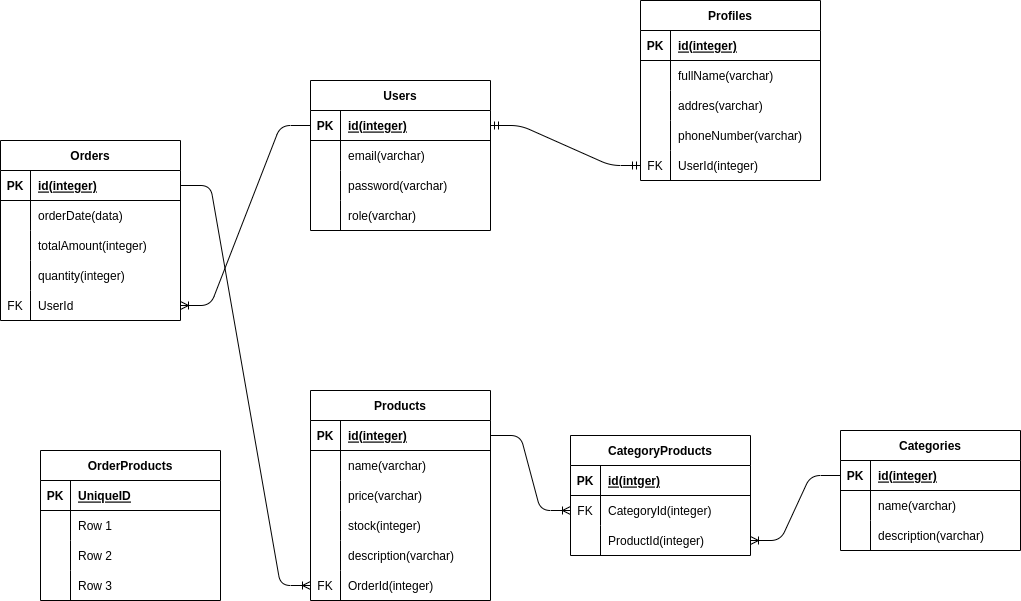
The draw.io diagram schema.drawio.png in DimasAditya2/project-1, before a commit. Source tidied: cells renumbered, new cells last; positions are measured from the earlier drawing's top-left corner, leaving out a move shared by most shapes.
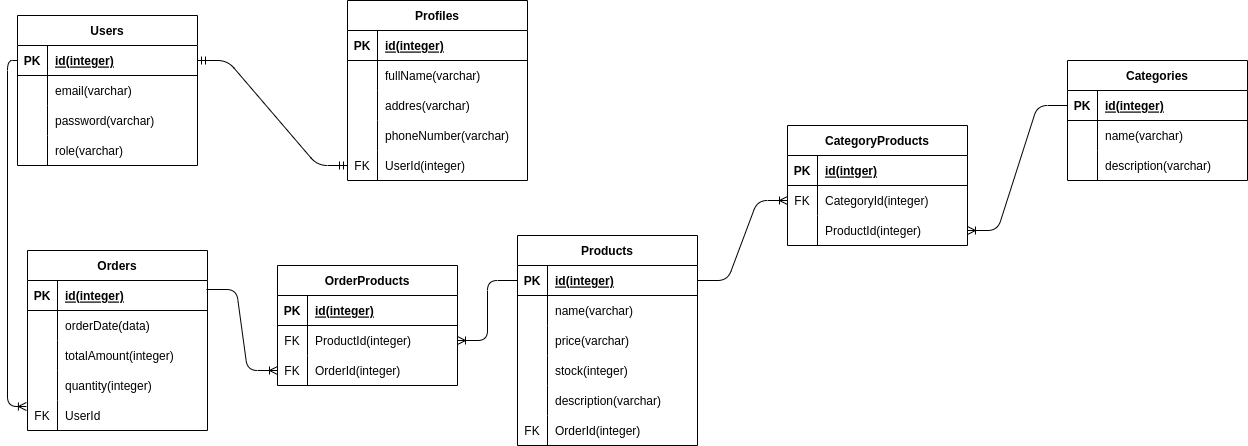
The same diagram one commit later.

Change to the diagram source:
```diff
@@ -3,7 +3,7 @@
     <mxCell id="0" />
     <mxCell id="1" parent="0" />
     <mxCell id="2" value="Users" style="shape=table;startSize=30;rowLines=0;fontStyle=1;align=center;" parent="1" vertex="1">
-      <mxGeometry x="310" y="80" width="180" height="150" as="geometry" />
+      <mxGeometry x="-110" y="-80" width="180" height="150" as="geometry" />
     </mxCell>
     <mxCell id="3" style="shape=tableRow;horizontal=0;startSize=0;swimlaneHead=0;swimlaneBody=0;fillColor=none;points=[[0,0.5],[1,0.5]];portConstraint=eastwest;top=0;left=0;right=0;bottom=1;" parent="2" vertex="1">
       <mxGeometry y="30" width="180" height="30" as="geometry" />
@@ -42,7 +42,7 @@
       <mxGeometry x="30" width="150" height="30" as="geometry" />
     </mxCell>
     <mxCell id="15" value="Profiles" style="shape=table;startSize=30;rowLines=0;fontStyle=1;align=center;" parent="1" vertex="1">
-      <mxGeometry x="640" width="180" height="180" as="geometry" />
+      <mxGeometry x="220" y="-95" width="180" height="180" as="geometry" />
     </mxCell>
     <mxCell id="16" style="shape=tableRow;horizontal=0;startSize=0;swimlaneHead=0;swimlaneBody=0;fillColor=none;top=0;left=0;right=0;bottom=1;" parent="15" vertex="1">
       <mxGeometry y="30" width="180" height="30" as="geometry" />
@@ -93,7 +93,7 @@
       <mxGeometry relative="1" as="geometry" />
     </mxCell>
     <mxCell id="32" value="Products" style="shape=table;startSize=30;rowLines=0;fontStyle=1;align=center;" parent="1" vertex="1">
-      <mxGeometry x="310" y="390" width="180" height="210" as="geometry" />
+      <mxGeometry x="390" y="140" width="180" height="210" as="geometry" />
     </mxCell>
     <mxCell id="33" style="shape=tableRow;horizontal=0;startSize=0;swimlaneHead=0;swimlaneBody=0;fillColor=none;points=[[0,0.5],[1,0.5]];portConstraint=eastwest;top=0;left=0;right=0;bottom=1;" parent="32" vertex="1">
       <mxGeometry y="30" width="180" height="30" as="geometry" />
@@ -150,7 +150,7 @@
       <mxGeometry x="30" width="150" height="30" as="geometry" />
     </mxCell>
     <mxCell id="51" value="Categories" style="shape=table;startSize=30;rowLines=0;fontStyle=1;align=center;" parent="1" vertex="1">
-      <mxGeometry x="840" y="430" width="180" height="120" as="geometry" />
+      <mxGeometry x="940" y="-35" width="180" height="120" as="geometry" />
     </mxCell>
     <mxCell id="52" style="shape=tableRow;horizontal=0;startSize=0;swimlaneHead=0;swimlaneBody=0;fillColor=none;points=[[0,0.5],[1,0.5]];portConstraint=eastwest;top=0;left=0;right=0;bottom=1;" parent="51" vertex="1">
       <mxGeometry y="30" width="180" height="30" as="geometry" />
@@ -180,7 +180,7 @@
       <mxGeometry x="30" width="150" height="30" as="geometry" />
     </mxCell>
     <mxCell id="61" value="Orders" style="shape=table;startSize=30;rowLines=0;fontStyle=1;align=center;" parent="1" vertex="1">
-      <mxGeometry y="140" width="180" height="180" as="geometry" />
+      <mxGeometry x="-100" y="155" width="180" height="180" as="geometry" />
     </mxCell>
     <mxCell id="62" style="shape=tableRow;horizontal=0;startSize=0;swimlaneHead=0;swimlaneBody=0;fillColor=none;points=[[0,0.5],[1,0.5]];portConstraint=eastwest;top=0;left=0;right=0;bottom=1;" parent="61" vertex="1">
       <mxGeometry y="30" width="180" height="30" as="geometry" />
@@ -228,7 +228,7 @@
       <mxGeometry x="30" width="150" height="30" as="geometry" />
     </mxCell>
     <mxCell id="77" value="CategoryProducts" style="shape=table;startSize=30;rowLines=0;fontStyle=1;align=center;" parent="1" vertex="1">
-      <mxGeometry x="570" y="435" width="180" height="120" as="geometry" />
+      <mxGeometry x="660" y="30" width="180" height="120" as="geometry" />
     </mxCell>
     <mxCell id="78" style="shape=tableRow;horizontal=0;startSize=0;swimlaneHead=0;swimlaneBody=0;fillColor=none;top=0;left=0;right=0;bottom=1;" parent="77" vertex="1">
       <mxGeometry y="30" width="180" height="30" as="geometry" />
@@ -263,14 +263,8 @@
     <mxCell id="88" style="edgeStyle=entityRelationEdgeStyle;fontSize=12;html=1;endArrow=ERoneToMany;exitX=1;exitY=0.5;exitDx=0;exitDy=0;" parent="1" edge="1" source="33" target="81">
       <mxGeometry relative="1" as="geometry" />
     </mxCell>
-    <mxCell id="89" style="edgeStyle=entityRelationEdgeStyle;fontSize=12;html=1;endArrow=ERoneToMany;exitX=0;exitY=0.5;exitDx=0;exitDy=0;" parent="1" edge="1" source="3" target="74">
-      <mxGeometry relative="1" as="geometry" />
-    </mxCell>
-    <mxCell id="90" style="edgeStyle=entityRelationEdgeStyle;fontSize=12;html=1;endArrow=ERoneToMany;exitX=1;exitY=0.5;exitDx=0;exitDy=0;" parent="1" edge="1" source="62" target="48">
-      <mxGeometry relative="1" as="geometry" />
-    </mxCell>
     <mxCell id="91" value="OrderProducts" style="shape=table;startSize=30;rowLines=0;fontStyle=1;align=center;" parent="1" vertex="1">
-      <mxGeometry x="40" y="450" width="180" height="150" as="geometry" />
+      <mxGeometry x="150" y="170" width="180" height="120" as="geometry" />
     </mxCell>
     <mxCell id="92" style="shape=tableRow;horizontal=0;startSize=0;swimlaneHead=0;swimlaneBody=0;fillColor=none;top=0;left=0;right=0;bottom=1;" parent="91" vertex="1">
       <mxGeometry y="30" width="180" height="30" as="geometry" />
@@ -278,35 +272,35 @@
     <mxCell id="93" value="PK" style="shape=partialRectangle;fillColor=none;top=0;left=0;bottom=0;right=0;fontStyle=1;overflow=hidden;" parent="92" vertex="1">
       <mxGeometry width="30" height="30" as="geometry" />
     </mxCell>
-    <mxCell id="94" value="UniqueID" style="shape=partialRectangle;fillColor=none;top=0;left=0;bottom=0;right=0;align=left;spacingLeft=6;fontStyle=5;overflow=hidden;" parent="92" vertex="1">
+    <mxCell id="94" value="id(integer)" style="shape=partialRectangle;fillColor=none;top=0;left=0;bottom=0;right=0;align=left;spacingLeft=6;fontStyle=5;overflow=hidden;" parent="92" vertex="1">
       <mxGeometry x="30" width="150" height="30" as="geometry" />
     </mxCell>
     <mxCell id="95" style="shape=tableRow;horizontal=0;startSize=0;swimlaneHead=0;swimlaneBody=0;fillColor=none;points=[[0,0.5],[1,0.5]];portConstraint=eastwest;top=0;left=0;right=0;bottom=0;" parent="91" vertex="1">
       <mxGeometry y="60" width="180" height="30" as="geometry" />
     </mxCell>
-    <mxCell id="96" style="shape=partialRectangle;fillColor=none;top=0;left=0;bottom=0;right=0;overflow=hidden;" parent="95" vertex="1">
+    <mxCell id="96" value="FK" style="shape=partialRectangle;fillColor=none;top=0;left=0;bottom=0;right=0;overflow=hidden;" parent="95" vertex="1">
       <mxGeometry width="30" height="30" as="geometry" />
     </mxCell>
-    <mxCell id="97" value="Row 1" style="shape=partialRectangle;fillColor=none;top=0;left=0;bottom=0;right=0;align=left;spacingLeft=6;overflow=hidden;" parent="95" vertex="1">
+    <mxCell id="97" value="ProductId(integer)" style="shape=partialRectangle;fillColor=none;top=0;left=0;bottom=0;right=0;align=left;spacingLeft=6;overflow=hidden;" parent="95" vertex="1">
       <mxGeometry x="30" width="150" height="30" as="geometry" />
     </mxCell>
     <mxCell id="98" style="shape=tableRow;horizontal=0;startSize=0;swimlaneHead=0;swimlaneBody=0;fillColor=none;points=[[0,0.5],[1,0.5]];portConstraint=eastwest;top=0;left=0;right=0;bottom=0;" parent="91" vertex="1">
       <mxGeometry y="90" width="180" height="30" as="geometry" />
     </mxCell>
-    <mxCell id="99" style="shape=partialRectangle;fillColor=none;top=0;left=0;bottom=0;right=0;overflow=hidden;" parent="98" vertex="1">
+    <mxCell id="99" value="FK" style="shape=partialRectangle;fillColor=none;top=0;left=0;bottom=0;right=0;overflow=hidden;" parent="98" vertex="1">
       <mxGeometry width="30" height="30" as="geometry" />
     </mxCell>
-    <mxCell id="100" value="Row 2" style="shape=partialRectangle;fillColor=none;top=0;left=0;bottom=0;right=0;align=left;spacingLeft=6;overflow=hidden;" parent="98" vertex="1">
+    <mxCell id="100" value="OrderId(integer)" style="shape=partialRectangle;fillColor=none;top=0;left=0;bottom=0;right=0;align=left;spacingLeft=6;overflow=hidden;" parent="98" vertex="1">
       <mxGeometry x="30" width="150" height="30" as="geometry" />
     </mxCell>
-    <mxCell id="101" style="shape=tableRow;horizontal=0;startSize=0;swimlaneHead=0;swimlaneBody=0;fillColor=none;top=0;left=0;right=0;bottom=0;" parent="91" vertex="1">
-      <mxGeometry y="120" width="180" height="30" as="geometry" />
-    </mxCell>
-    <mxCell id="102" style="shape=partialRectangle;fillColor=none;top=0;left=0;bottom=0;right=0;overflow=hidden;" parent="101" vertex="1">
-      <mxGeometry width="30" height="30" as="geometry" />
-    </mxCell>
-    <mxCell id="103" value="Row 3" style="shape=partialRectangle;fillColor=none;top=0;left=0;bottom=0;right=0;align=left;spacingLeft=6;overflow=hidden;" parent="101" vertex="1">
-      <mxGeometry x="30" width="150" height="30" as="geometry" />
+    <mxCell id="103" style="fontSize=12;html=1;endArrow=ERoneToMany;exitX=0;exitY=0.5;exitDx=0;exitDy=0;entryX=-0.006;entryY=0.2;entryDx=0;entryDy=0;edgeStyle=orthogonalEdgeStyle;entryPerimeter=0;" parent="1" edge="1" source="3" target="74">
+      <mxGeometry relative="1" as="geometry" />
     </mxCell>
+    <mxCell id="104" style="edgeStyle=entityRelationEdgeStyle;fontSize=12;html=1;endArrow=ERoneToMany;exitX=0.994;exitY=0.3;exitDx=0;exitDy=0;exitPerimeter=0;" parent="1" edge="1" source="62" target="98">
+      <mxGeometry relative="1" as="geometry" />
+    </mxCell>
+    <mxCell id="105" style="edgeStyle=entityRelationEdgeStyle;fontSize=12;html=1;endArrow=ERoneToMany;" parent="1" edge="1" source="33" target="95">
+      <mxGeometry relative="1" as="geometry" />
+    </mxCell>
   </root>
 </mxGraphModel>
```
